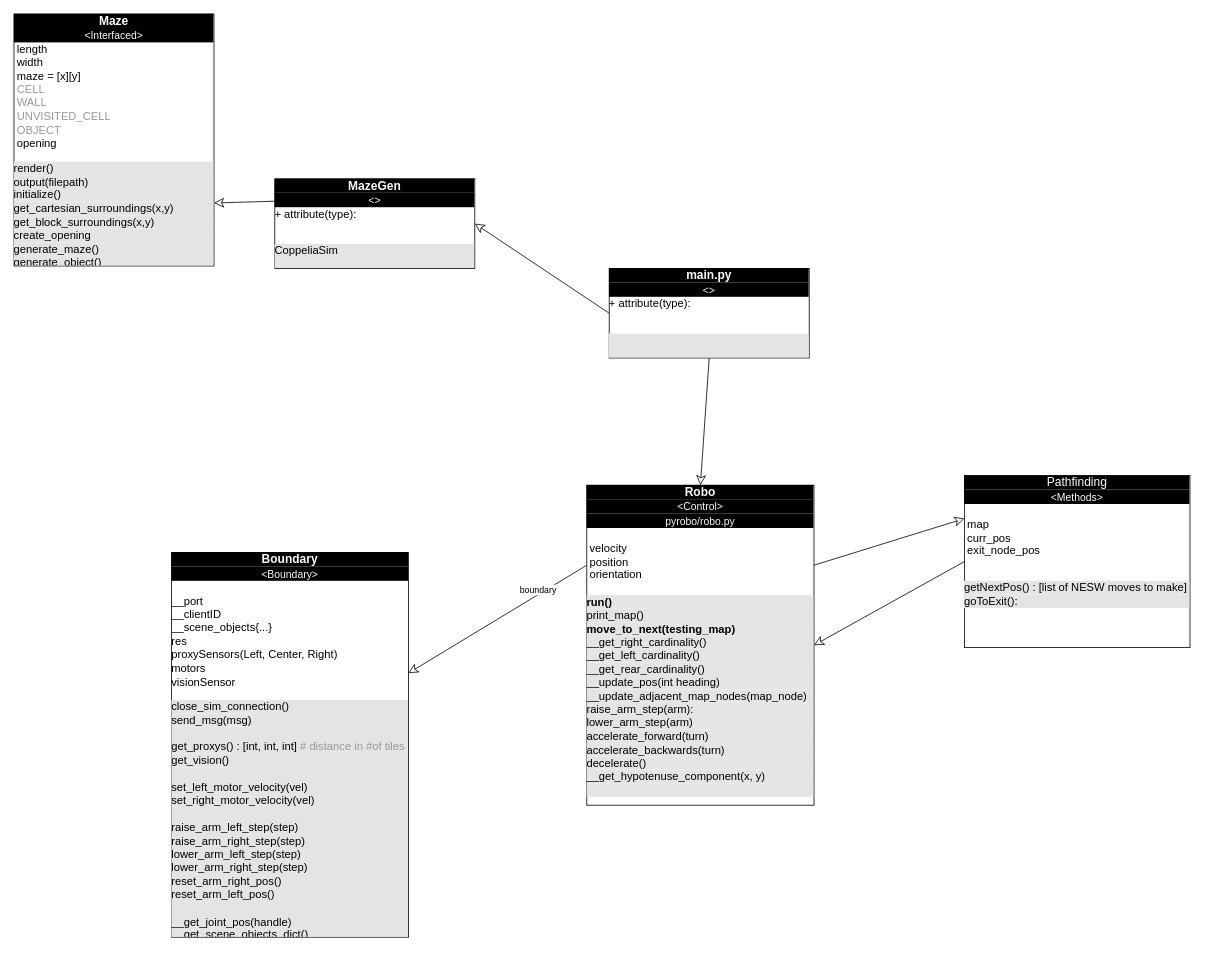
Above: page "Potential Class" (2 of 3) of Documentation/ClassDiagram.drawio in martinklamrowski/project-blue-jeans (draw.io), before the change. Source tidied: cells renumbered, new cells numbered last; positions are measured from the earlier drawing's top-left corner, leaving out a move shared by most shapes. Both pictures are drawn from the tidied source at 80%, with x=0, y=0 at pixel (14, 14).
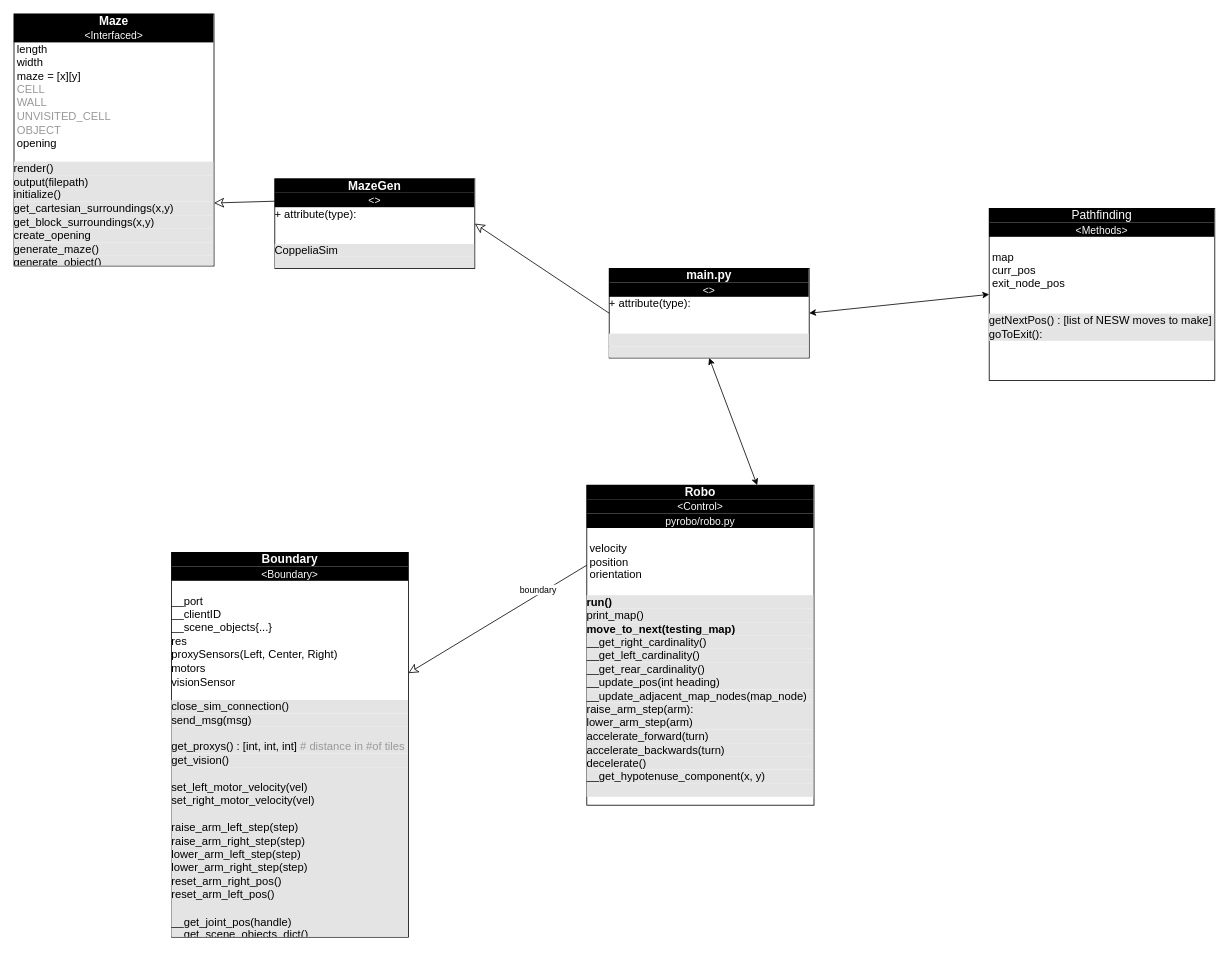
The same diagram, later.

Change to the diagram source:
```diff
@@
 <mxGraphModel>
   <root>
     <mxCell id="0" />
     <mxCell id="1" parent="0" />
+    <mxCell id="3" style="edgeStyle=none;rounded=0;jettySize=auto;html=1;exitX=0;exitY=0.5;exitDx=0;exitDy=0;entryX=1;entryY=0.5;entryDx=0;entryDy=0;endArrow=classic;endFill=0;endSize=10;fontSize=12;" parent="1" edge="1" source="4" target="14">
+      <mxGeometry relative="1" as="geometry" />
+    </mxCell>
+    <mxCell id="15" style="rounded=0;jettySize=auto;html=1;exitX=1;exitY=0.5;exitDx=0;exitDy=0;entryX=0;entryY=0.5;entryDx=0;entryDy=0;startArrow=classic;startFill=1;" parent="1" edge="1" source="4" target="11">
+      <mxGeometry relative="1" as="geometry" />
+    </mxCell>
-    <mxCell id="2" style="edgeStyle=none;rounded=0;jettySize=auto;html=1;exitX=0.5;exitY=1;exitDx=0;exitDy=0;entryX=0.5;entryY=0;entryDx=0;entryDy=0;endArrow=classic;endFill=0;endSize=10;fontSize=12;" parent="1" edge="1" source="4" target="8">
+    <mxCell id="2" style="edgeStyle=none;rounded=0;jettySize=auto;html=1;exitX=0.5;exitY=1;exitDx=0;exitDy=0;entryX=0.75;entryY=0;entryDx=0;entryDy=0;startArrow=classic;startFill=1;" parent="1" edge="1" source="4" target="8">
       <mxGeometry relative="1" as="geometry" />
     </mxCell>
-    <mxCell id="3" style="edgeStyle=none;rounded=0;jettySize=auto;html=1;exitX=0;exitY=0.5;exitDx=0;exitDy=0;entryX=1;entryY=0.5;entryDx=0;entryDy=0;endArrow=classic;endFill=0;endSize=10;fontSize=12;" parent="1" edge="1" source="4" target="14">
-      <mxGeometry relative="1" as="geometry" />
-    </mxCell>
     <mxCell id="4" value="&lt;div style=&quot;text-align: center ; box-sizing: border-box ; width: 100% ; background: rgb(0 , 0 , 0) ; font-size: 15px&quot;&gt;&lt;font color=&quot;#fcfcfc&quot;&gt;&lt;b&gt;main.py&lt;/b&gt;&lt;/font&gt;&lt;/div&gt;&lt;div style=&quot;text-align: center ; box-sizing: border-box ; width: 100% ; background: rgb(0 , 0 , 0) ; font-size: 15px&quot;&gt;&lt;font color=&quot;#fcfcfc&quot; style=&quot;font-size: 13px&quot;&gt;&amp;lt;&amp;gt;&lt;/font&gt;&lt;/div&gt;&lt;div&gt;&lt;span style=&quot;font-size: 14px&quot;&gt;+ attribute(type):&amp;nbsp;&lt;/span&gt;&lt;/div&gt;&lt;div&gt;&lt;br&gt;&lt;/div&gt;&lt;div&gt;&lt;br&gt;&lt;/div&gt;&lt;div style=&quot;box-sizing: border-box ; width: 100% ; background: rgb(228 , 228 , 228) ; font-size: 14px&quot;&gt;&lt;br&gt;&lt;/div&gt;&lt;div style=&quot;box-sizing: border-box ; width: 100% ; background: rgb(228 , 228 , 228) ; font-size: 14px&quot;&gt;&lt;br&gt;&lt;/div&gt;&lt;div&gt;&lt;/div&gt;&lt;div&gt;&lt;/div&gt;" style="verticalAlign=top;align=left;overflow=fill;html=1;fillColor=none;" parent="1" vertex="1">
       <mxGeometry x="744" y="318" width="250" height="112" as="geometry" />
     </mxCell>
     <mxCell id="5" style="edgeStyle=none;rounded=0;jettySize=auto;html=1;exitX=0;exitY=0.25;exitDx=0;exitDy=0;endArrow=classic;endFill=0;endSize=10;" parent="1" edge="1" source="8" target="9">
       <mxGeometry relative="1" as="geometry" />
     </mxCell>
     <mxCell id="6" value="boundary" style="edgeLabel;html=1;align=center;verticalAlign=middle;" parent="5" vertex="1">
       <mxGeometry x="-0.48" y="-6" relative="1" as="geometry" />
     </mxCell>
-    <mxCell id="7" style="edgeStyle=none;rounded=0;jettySize=auto;html=1;exitX=1;exitY=0.25;exitDx=0;exitDy=0;entryX=0;entryY=0.25;entryDx=0;entryDy=0;endArrow=classic;endFill=0;endSize=10;fontSize=12;" parent="1" edge="1" source="8" target="11">
-      <mxGeometry relative="1" as="geometry" />
-    </mxCell>
     <mxCell id="8" value="&lt;div style=&quot;text-align: center ; box-sizing: border-box ; width: 100% ; background: rgb(0 , 0 , 0) ; font-size: 15px&quot;&gt;&lt;font color=&quot;#fcfcfc&quot;&gt;&lt;b&gt;Robo&lt;/b&gt;&lt;/font&gt;&lt;/div&gt;&lt;div style=&quot;text-align: center ; box-sizing: border-box ; width: 100% ; background: rgb(0 , 0 , 0) ; font-size: 15px&quot;&gt;&lt;span style=&quot;font-size: 13px ; color: rgb(252 , 252 , 252)&quot;&gt;&amp;lt;Control&amp;gt;&lt;/span&gt;&lt;br&gt;&lt;/div&gt;&lt;div style=&quot;text-align: center ; box-sizing: border-box ; width: 100% ; background: rgb(0 , 0 , 0) ; font-size: 15px&quot;&gt;&lt;span style=&quot;font-size: 13px ; color: rgb(252 , 252 , 252)&quot;&gt;pyrobo/robo.py&lt;/span&gt;&lt;/div&gt;&lt;div style=&quot;font-size: 14px&quot;&gt;&lt;br&gt;&lt;/div&gt;&lt;div style=&quot;font-size: 14px&quot;&gt;&lt;font style=&quot;font-size: 14px&quot;&gt;&amp;nbsp;velocity&lt;/font&gt;&lt;/div&gt;&lt;div style=&quot;font-size: 14px&quot;&gt;&lt;font style=&quot;font-size: 14px&quot;&gt;&amp;nbsp;position&lt;/font&gt;&lt;/div&gt;&lt;div style=&quot;font-size: 14px&quot;&gt;&lt;font style=&quot;font-size: 14px&quot;&gt;&amp;nbsp;orientation&lt;/font&gt;&lt;/div&gt;&lt;div style=&quot;font-size: 14px&quot;&gt;&lt;font style=&quot;font-size: 14px&quot;&gt;&lt;br&gt;&lt;/font&gt;&lt;/div&gt;&lt;div style=&quot;box-sizing: border-box ; width: 100% ; background: rgb(228 , 228 , 228) ; font-size: 14px&quot;&gt;&lt;b&gt;run()&lt;/b&gt;&lt;/div&gt;&lt;div style=&quot;box-sizing: border-box ; width: 100% ; background: rgb(228 , 228 , 228) ; font-size: 14px&quot;&gt;print_map()&lt;/div&gt;&lt;div style=&quot;box-sizing: border-box ; width: 100% ; background: rgb(228 , 228 , 228) ; font-size: 14px&quot;&gt;&lt;b&gt;move_to_next(testing_map)&lt;/b&gt;&lt;/div&gt;&lt;div style=&quot;box-sizing: border-box ; width: 100% ; background: rgb(228 , 228 , 228) ; font-size: 14px&quot;&gt;__get_right_cardinality()&lt;/div&gt;&lt;div style=&quot;box-sizing: border-box ; width: 100% ; background: rgb(228 , 228 , 228) ; font-size: 14px&quot;&gt;__get_left_cardinality()&lt;br&gt;&lt;/div&gt;&lt;div style=&quot;box-sizing: border-box ; width: 100% ; background: rgb(228 , 228 , 228) ; font-size: 14px&quot;&gt;__get_rear_cardinality()&lt;br&gt;&lt;/div&gt;&lt;div style=&quot;box-sizing: border-box ; width: 100% ; background: rgb(228 , 228 , 228) ; font-size: 14px&quot;&gt;__update_pos(int heading)&lt;/div&gt;&lt;div style=&quot;box-sizing: border-box ; width: 100% ; background: rgb(228 , 228 , 228)&quot;&gt;&lt;span style=&quot;font-size: 14px&quot;&gt;__update_adjacent_map_nodes(map_node)&lt;/span&gt;&lt;br&gt;&lt;/div&gt;&lt;div style=&quot;box-sizing: border-box ; width: 100% ; background: rgb(228 , 228 , 228)&quot;&gt;&lt;span style=&quot;font-size: 14px&quot;&gt;raise_arm_step(arm):&lt;/span&gt;&lt;br&gt;&lt;/div&gt;&lt;div style=&quot;box-sizing: border-box ; width: 100% ; background: rgb(228 , 228 , 228)&quot;&gt;&lt;span style=&quot;font-size: 14px&quot;&gt;lower_arm_step(arm)&lt;/span&gt;&lt;br&gt;&lt;/div&gt;&lt;div style=&quot;box-sizing: border-box ; width: 100% ; background: rgb(228 , 228 , 228)&quot;&gt;&lt;span style=&quot;font-size: 14px&quot;&gt;accelerate_forward(turn)&lt;/span&gt;&lt;br&gt;&lt;/div&gt;&lt;div style=&quot;box-sizing: border-box ; width: 100% ; background: rgb(228 , 228 , 228)&quot;&gt;&lt;span style=&quot;font-size: 14px&quot;&gt;accelerate_backwards(turn)&lt;/span&gt;&lt;/div&gt;&lt;div style=&quot;box-sizing: border-box ; width: 100% ; background: rgb(228 , 228 , 228)&quot;&gt;&lt;span style=&quot;font-size: 14px&quot;&gt;decelerate()&lt;/span&gt;&lt;/div&gt;&lt;div style=&quot;box-sizing: border-box ; width: 100% ; background: rgb(228 , 228 , 228)&quot;&gt;&lt;span style=&quot;font-size: 14px&quot;&gt;__get_hypotenuse_component(x, y)&lt;/span&gt;&lt;br&gt;&lt;/div&gt;&lt;div style=&quot;box-sizing: border-box ; width: 100% ; background: rgb(228 , 228 , 228)&quot;&gt;&lt;span style=&quot;font-size: 14px&quot;&gt;&lt;br&gt;&lt;/span&gt;&lt;/div&gt;&lt;div&gt;&lt;/div&gt;&lt;div&gt;&lt;/div&gt;" style="verticalAlign=top;align=left;overflow=fill;html=1;fillColor=none;" parent="1" vertex="1">
       <mxGeometry x="716" y="589" width="284" height="400" as="geometry" />
     </mxCell>
     <mxCell id="9" value="&lt;div style=&quot;text-align: center ; box-sizing: border-box ; width: 100% ; background: rgb(0 , 0 , 0) ; font-size: 15px&quot;&gt;&lt;font color=&quot;#fcfcfc&quot;&gt;&lt;b&gt;Boundary&lt;/b&gt;&lt;/font&gt;&lt;/div&gt;&lt;div style=&quot;text-align: center ; box-sizing: border-box ; width: 100% ; background: rgb(0 , 0 , 0) ; font-size: 15px&quot;&gt;&lt;font color=&quot;#fcfcfc&quot; style=&quot;font-size: 13px&quot;&gt;&amp;lt;Boundary&amp;gt;&lt;/font&gt;&lt;/div&gt;&lt;div style=&quot;font-size: 14px&quot;&gt;&lt;font style=&quot;font-size: 14px&quot;&gt;&lt;br&gt;&lt;/font&gt;&lt;/div&gt;&lt;div style=&quot;font-size: 14px&quot;&gt;&lt;div&gt;&lt;font style=&quot;font-size: 14px&quot;&gt;__port&lt;/font&gt;&lt;/div&gt;&lt;div&gt;&lt;font style=&quot;font-size: 14px&quot;&gt;__clientID&lt;/font&gt;&lt;/div&gt;&lt;div&gt;&lt;font style=&quot;font-size: 14px&quot;&gt;__scene_objects{...}&lt;/font&gt;&lt;/div&gt;&lt;div&gt;&lt;font style=&quot;font-size: 14px&quot;&gt;res&lt;/font&gt;&lt;/div&gt;&lt;div&gt;&lt;font style=&quot;font-size: 14px&quot;&gt;proxySensors(Left, Center, Right)&lt;/font&gt;&lt;/div&gt;&lt;div&gt;&lt;font style=&quot;font-size: 14px&quot;&gt;motors&lt;/font&gt;&lt;/div&gt;&lt;div&gt;&lt;font style=&quot;font-size: 14px&quot;&gt;visionSensor&lt;/font&gt;&lt;/div&gt;&lt;/div&gt;&lt;div&gt;&lt;br&gt;&lt;/div&gt;&lt;div style=&quot;box-sizing: border-box ; width: 100% ; background: rgb(228 , 228 , 228)&quot;&gt;&lt;span style=&quot;font-size: 14px&quot;&gt;close_sim_connection()&lt;/span&gt;&lt;br&gt;&lt;/div&gt;&lt;div style=&quot;box-sizing: border-box ; width: 100% ; background: rgb(228 , 228 , 228)&quot;&gt;&lt;span style=&quot;font-size: 14px&quot;&gt;send_msg(msg)&lt;/span&gt;&lt;br&gt;&lt;/div&gt;&lt;div style=&quot;box-sizing: border-box ; width: 100% ; background: rgb(228 , 228 , 228)&quot;&gt;&lt;span style=&quot;font-size: 14px&quot;&gt;&lt;br&gt;&lt;/span&gt;&lt;/div&gt;&lt;div style=&quot;box-sizing: border-box ; width: 100% ; background: rgb(228 , 228 , 228)&quot;&gt;&lt;span style=&quot;font-size: 14px&quot;&gt;get_proxys() : [int, int, int] &lt;font color=&quot;#999999&quot;&gt;# distance in #of tiles&lt;/font&gt;&lt;/span&gt;&lt;br&gt;&lt;/div&gt;&lt;div style=&quot;box-sizing: border-box ; width: 100% ; background: rgb(228 , 228 , 228)&quot;&gt;&lt;span style=&quot;font-size: 14px&quot;&gt;get_vision()&lt;/span&gt;&lt;/div&gt;&lt;div style=&quot;box-sizing: border-box ; width: 100% ; background: rgb(228 , 228 , 228)&quot;&gt;&lt;div style=&quot;font-size: 14px ; box-sizing: border-box ; width: 100%&quot;&gt;&lt;br&gt;&lt;/div&gt;&lt;div style=&quot;font-size: 14px ; box-sizing: border-box ; width: 100%&quot;&gt;set_left_motor_velocity(vel)&lt;/div&gt;&lt;div style=&quot;font-size: 14px ; box-sizing: border-box ; width: 100%&quot;&gt;set_right_motor_velocity(vel)&lt;/div&gt;&lt;div style=&quot;font-size: 14px ; box-sizing: border-box ; width: 100%&quot;&gt;&lt;br&gt;&lt;/div&gt;&lt;div style=&quot;font-size: 14px ; box-sizing: border-box ; width: 100%&quot;&gt;raise_arm_left_step(step)&lt;/div&gt;&lt;div style=&quot;font-size: 14px ; box-sizing: border-box ; width: 100%&quot;&gt;raise_arm_right_step(step)&lt;br&gt;&lt;/div&gt;&lt;div style=&quot;font-size: 14px ; box-sizing: border-box ; width: 100%&quot;&gt;lower_arm_left_step(step)&lt;br&gt;&lt;/div&gt;&lt;div style=&quot;font-size: 14px ; box-sizing: border-box ; width: 100%&quot;&gt;lower_arm_right_step(step)&lt;br&gt;&lt;/div&gt;&lt;div style=&quot;box-sizing: border-box ; width: 100%&quot;&gt;&lt;span style=&quot;font-size: 14px&quot;&gt;reset_arm_right_pos()&lt;/span&gt;&lt;br&gt;&lt;/div&gt;&lt;div style=&quot;box-sizing: border-box ; width: 100%&quot;&gt;&lt;span style=&quot;font-size: 14px&quot;&gt;reset_arm_left_pos()&lt;/span&gt;&lt;br&gt;&lt;/div&gt;&lt;div style=&quot;box-sizing: border-box ; width: 100%&quot;&gt;&lt;span style=&quot;font-size: 14px&quot;&gt;&lt;br&gt;&lt;/span&gt;&lt;/div&gt;&lt;div style=&quot;box-sizing: border-box ; width: 100%&quot;&gt;&lt;span style=&quot;font-size: 14px&quot;&gt;__get_joint_pos(handle)&lt;/span&gt;&lt;br&gt;&lt;/div&gt;&lt;div style=&quot;box-sizing: border-box ; width: 100%&quot;&gt;&lt;span style=&quot;font-size: 14px&quot;&gt;__get_scene_objects_dict()&lt;/span&gt;&lt;br&gt;&lt;/div&gt;&lt;div style=&quot;box-sizing: border-box ; width: 100%&quot;&gt;&lt;span style=&quot;font-size: 14px&quot;&gt;&lt;br&gt;&lt;/span&gt;&lt;/div&gt;&lt;/div&gt;&lt;div&gt;&lt;/div&gt;&lt;div&gt;&lt;/div&gt;" style="verticalAlign=top;align=left;overflow=fill;html=1;fillColor=none;" parent="1" vertex="1">
       <mxGeometry x="197" y="673" width="296" height="481" as="geometry" />
     </mxCell>
-    <mxCell id="10" style="edgeStyle=none;rounded=0;jettySize=auto;html=1;exitX=0;exitY=0.5;exitDx=0;exitDy=0;entryX=1;entryY=0.5;entryDx=0;entryDy=0;endArrow=classic;endFill=0;endSize=10;fontSize=12;" parent="1" edge="1" source="11" target="8">
-      <mxGeometry relative="1" as="geometry" />
-    </mxCell>
     <mxCell id="11" value="&lt;div style=&quot;text-align: center ; box-sizing: border-box ; width: 100% ; background: rgb(0 , 0 , 0) ; font-size: 15px&quot;&gt;&lt;font color=&quot;#ffffff&quot;&gt;Pathfinding&lt;/font&gt;&lt;/div&gt;&lt;div style=&quot;text-align: center ; box-sizing: border-box ; width: 100% ; background: rgb(0 , 0 , 0) ; font-size: 15px&quot;&gt;&lt;font color=&quot;#fcfcfc&quot; style=&quot;font-size: 13px&quot;&gt;&amp;lt;Methods&amp;gt;&lt;/font&gt;&lt;/div&gt;&lt;div&gt;&lt;span style=&quot;font-size: 14px&quot;&gt;&lt;br&gt;&lt;/span&gt;&lt;/div&gt;&lt;div&gt;&lt;span style=&quot;font-size: 14px&quot;&gt;&amp;nbsp;map&lt;/span&gt;&lt;/div&gt;&lt;div&gt;&lt;span style=&quot;font-size: 14px&quot;&gt;&amp;nbsp;curr_pos&amp;nbsp;&lt;/span&gt;&lt;/div&gt;&lt;div&gt;&lt;span style=&quot;font-size: 14px&quot;&gt;&amp;nbsp;exit_node_pos&lt;/span&gt;&lt;/div&gt;&lt;div&gt;&lt;br&gt;&lt;/div&gt;&lt;div&gt;&lt;br&gt;&lt;/div&gt;&lt;div style=&quot;box-sizing: border-box ; width: 100% ; background: rgb(228 , 228 , 228) ; font-size: 14px&quot;&gt;getNextPos() : [list of NESW moves to make]&lt;/div&gt;&lt;div style=&quot;box-sizing: border-box ; width: 100% ; background: rgb(228 , 228 , 228) ; font-size: 14px&quot;&gt;goToExit():&amp;nbsp;&lt;/div&gt;&lt;br&gt;&lt;div&gt;&lt;/div&gt;&lt;div&gt;&lt;/div&gt;" style="verticalAlign=top;align=left;overflow=fill;html=1;fillColor=none;fontSize=12;" parent="1" vertex="1">
-      <mxGeometry x="1188" y="577" width="282" height="215" as="geometry" />
+      <mxGeometry x="1219" y="243" width="282" height="215" as="geometry" />
     </mxCell>
     <mxCell id="12" value="&lt;div style=&quot;text-align: center ; box-sizing: border-box ; width: 100% ; background: rgb(0 , 0 , 0) ; font-size: 15px&quot;&gt;&lt;font color=&quot;#fcfcfc&quot;&gt;&lt;b&gt;Maze&lt;/b&gt;&lt;/font&gt;&lt;/div&gt;&lt;div style=&quot;text-align: center ; box-sizing: border-box ; width: 100% ; background: rgb(0 , 0 , 0) ; font-size: 15px&quot;&gt;&lt;font color=&quot;#fcfcfc&quot; style=&quot;font-size: 13px&quot;&gt;&amp;lt;Interfaced&amp;gt;&lt;/font&gt;&lt;/div&gt;&lt;div&gt;&lt;div&gt;&lt;span style=&quot;font-size: 14px&quot;&gt;&amp;nbsp;length&lt;/span&gt;&lt;/div&gt;&lt;div&gt;&lt;span style=&quot;font-size: 14px&quot;&gt;&amp;nbsp;width&lt;/span&gt;&lt;/div&gt;&lt;div&gt;&lt;span style=&quot;font-size: 14px&quot;&gt;&amp;nbsp;maze = [x][y]&lt;/span&gt;&lt;/div&gt;&lt;div&gt;&lt;span style=&quot;font-size: 14px&quot;&gt;&lt;font color=&quot;#999999&quot;&gt;&amp;nbsp;CELL&lt;/font&gt;&lt;/span&gt;&lt;/div&gt;&lt;div&gt;&lt;span style=&quot;font-size: 14px&quot;&gt;&lt;font color=&quot;#999999&quot;&gt;&amp;nbsp;WALL&lt;/font&gt;&lt;/span&gt;&lt;/div&gt;&lt;div&gt;&lt;span style=&quot;font-size: 14px&quot;&gt;&lt;font color=&quot;#999999&quot;&gt;&amp;nbsp;UNVISITED_CELL&lt;/font&gt;&lt;/span&gt;&lt;/div&gt;&lt;div&gt;&lt;span style=&quot;font-size: 14px&quot;&gt;&lt;font color=&quot;#999999&quot;&gt;&amp;nbsp;OBJECT&lt;/font&gt;&lt;/span&gt;&lt;/div&gt;&lt;div&gt;&lt;span style=&quot;font-size: 14px&quot;&gt;&amp;nbsp;opening&lt;/span&gt;&lt;/div&gt;&lt;/div&gt;&lt;div&gt;&lt;br&gt;&lt;/div&gt;&lt;div style=&quot;box-sizing: border-box ; width: 100% ; background: rgb(228 , 228 , 228)&quot;&gt;&lt;span style=&quot;font-size: 14px&quot;&gt;render()&lt;/span&gt;&lt;/div&gt;&lt;div style=&quot;box-sizing: border-box ; width: 100% ; background: rgb(228 , 228 , 228)&quot;&gt;&lt;span style=&quot;font-size: 14px&quot;&gt;output(filepath)&lt;/span&gt;&lt;/div&gt;&lt;div style=&quot;box-sizing: border-box ; width: 100% ; background: rgb(228 , 228 , 228)&quot;&gt;&lt;span style=&quot;font-size: 14px&quot;&gt;initialize()&lt;/span&gt;&lt;/div&gt;&lt;div style=&quot;box-sizing: border-box ; width: 100% ; background: rgb(228 , 228 , 228)&quot;&gt;&lt;span style=&quot;font-size: 14px&quot;&gt;get_cartesian_surroundings(x,y)&lt;/span&gt;&lt;br&gt;&lt;/div&gt;&lt;div style=&quot;box-sizing: border-box ; width: 100% ; background: rgb(228 , 228 , 228) ; font-size: 14px&quot;&gt;get_block_surroundings(x,y)&lt;/div&gt;&lt;div style=&quot;box-sizing: border-box ; width: 100% ; background: rgb(228 , 228 , 228) ; font-size: 14px&quot;&gt;create_opening&lt;/div&gt;&lt;div style=&quot;box-sizing: border-box ; width: 100% ; background: rgb(228 , 228 , 228) ; font-size: 14px&quot;&gt;generate_maze()&lt;/div&gt;&lt;div style=&quot;box-sizing: border-box ; width: 100% ; background: rgb(228 , 228 , 228) ; font-size: 14px&quot;&gt;generate_object()&lt;/div&gt;&lt;div style=&quot;box-sizing: border-box ; width: 100% ; background: rgb(228 , 228 , 228) ; font-size: 14px&quot;&gt;&lt;br&gt;&lt;/div&gt;&lt;div&gt;&lt;/div&gt;&lt;div&gt;&lt;/div&gt;" style="verticalAlign=top;align=left;overflow=fill;html=1;fillColor=none;fontSize=12;" parent="1" vertex="1">
       <mxGeometry width="250" height="315" as="geometry" />
     </mxCell>
     <mxCell id="13" style="edgeStyle=none;rounded=0;jettySize=auto;html=1;exitX=0;exitY=0.25;exitDx=0;exitDy=0;entryX=1;entryY=0.75;entryDx=0;entryDy=0;endArrow=classic;endFill=0;endSize=10;fontSize=12;" parent="1" edge="1" source="14" target="12">
       <mxGeometry relative="1" as="geometry" />
     </mxCell>
     <mxCell id="14" value="&lt;div style=&quot;text-align: center ; box-sizing: border-box ; width: 100% ; background: rgb(0 , 0 , 0) ; font-size: 15px&quot;&gt;&lt;font color=&quot;#fcfcfc&quot;&gt;&lt;b&gt;MazeGen&lt;/b&gt;&lt;/font&gt;&lt;/div&gt;&lt;div style=&quot;text-align: center ; box-sizing: border-box ; width: 100% ; background: rgb(0 , 0 , 0) ; font-size: 15px&quot;&gt;&lt;font color=&quot;#fcfcfc&quot; style=&quot;font-size: 13px&quot;&gt;&amp;lt;&amp;gt;&lt;/font&gt;&lt;/div&gt;&lt;div&gt;&lt;span style=&quot;font-size: 14px&quot;&gt;+ attribute(type):&amp;nbsp;&lt;/span&gt;&lt;/div&gt;&lt;div&gt;&lt;br&gt;&lt;/div&gt;&lt;div&gt;&lt;br&gt;&lt;/div&gt;&lt;div style=&quot;box-sizing: border-box ; width: 100% ; background: rgb(228 , 228 , 228) ; font-size: 14px&quot;&gt;CoppeliaSim&lt;/div&gt;&lt;div style=&quot;box-sizing: border-box ; width: 100% ; background: rgb(228 , 228 , 228) ; font-size: 14px&quot;&gt;&lt;br&gt;&lt;/div&gt;&lt;div&gt;&lt;/div&gt;&lt;div&gt;&lt;/div&gt;" style="verticalAlign=top;align=left;overflow=fill;html=1;fillColor=none;fontSize=12;" parent="1" vertex="1">
       <mxGeometry x="326" y="206" width="250" height="112" as="geometry" />
     </mxCell>
   </root>
 </mxGraphModel>
```
